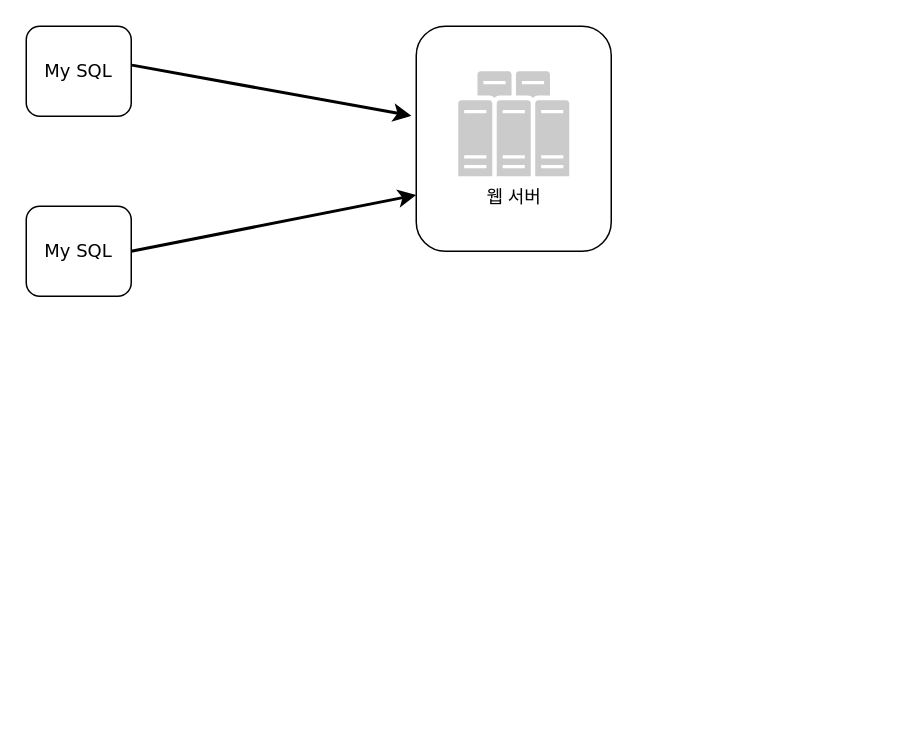
Before: image/csstudy.drawio in hhhsuyeon/cs-study, a draw.io diagram. Source tidied: cells renumbered, new cells numbered last; positions are measured from the earlier drawing's top-left corner, leaving out a move shared by most shapes. Both pictures are drawn from the tidied source at 150%, with x=0, y=0 at pixel (26, 26).
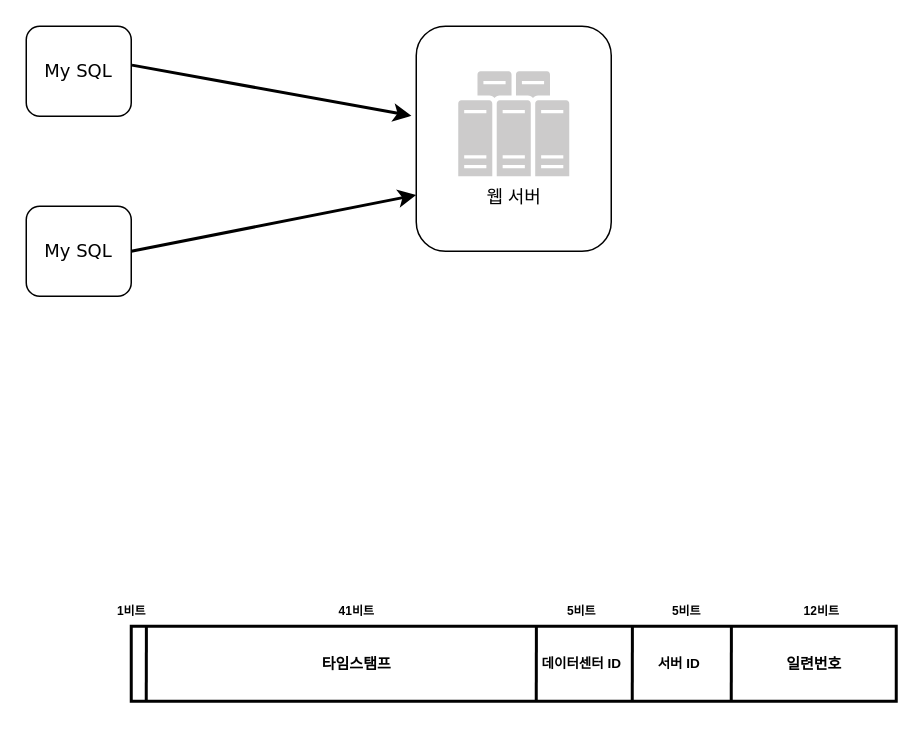
The same diagram, later.

The edit, as a diff of the source:
```diff
@@
+    <mxCell id="8" style="group;" parent="1" vertex="1">
+      <mxGeometry x="50" y="380" width="530" height="70" as="geometry" />
+    </mxCell>
+    <mxCell id="9" style="rounded=0;whiteSpace=wrap;html=1;fillColor=none;strokeWidth=2;" parent="8" vertex="1">
+      <mxGeometry x="20" y="20" width="510" height="50" as="geometry" />
+    </mxCell>
+    <mxCell id="10" style="endArrow=none;html=1;rounded=0;exitX=0.039;exitY=0.994;exitDx=0;exitDy=0;exitPerimeter=0;strokeWidth=2;" parent="8" edge="1">
+      <mxGeometry relative="1" as="geometry">
+        <mxPoint x="30" y="69.7" as="sourcePoint" />
+        <mxPoint x="30.1" y="20" as="targetPoint" />
+      </mxGeometry>
+    </mxCell>
+    <mxCell id="11" style="endArrow=none;html=1;rounded=0;exitX=0.039;exitY=0.994;exitDx=0;exitDy=0;exitPerimeter=0;strokeWidth=2;" parent="8" edge="1">
+      <mxGeometry relative="1" as="geometry">
+        <mxPoint x="290" y="69.7" as="sourcePoint" />
+        <mxPoint x="290.1" y="20" as="targetPoint" />
+      </mxGeometry>
+    </mxCell>
+    <mxCell id="12" style="endArrow=none;html=1;rounded=0;exitX=0.039;exitY=0.994;exitDx=0;exitDy=0;exitPerimeter=0;strokeWidth=2;" parent="8" edge="1">
+      <mxGeometry relative="1" as="geometry">
+        <mxPoint x="354" y="69.7" as="sourcePoint" />
+        <mxPoint x="354.1" y="20" as="targetPoint" />
+      </mxGeometry>
+    </mxCell>
+    <mxCell id="13" style="endArrow=none;html=1;rounded=0;exitX=0.039;exitY=0.994;exitDx=0;exitDy=0;exitPerimeter=0;strokeWidth=2;" parent="8" edge="1">
+      <mxGeometry relative="1" as="geometry">
+        <mxPoint x="420" y="70" as="sourcePoint" />
+        <mxPoint x="420.1" y="20.3" as="targetPoint" />
+      </mxGeometry>
+    </mxCell>
+    <mxCell id="14" value="&lt;b&gt;1비트&lt;/b&gt;" style="text;html=1;align=center;verticalAlign=middle;strokeColor=none;fillColor=none;fontSize=8;" parent="8" vertex="1">
+      <mxGeometry width="40" height="20" as="geometry" />
+    </mxCell>
+    <mxCell id="15" value="&lt;b&gt;41비트&lt;/b&gt;" style="text;html=1;align=center;verticalAlign=middle;strokeColor=none;fillColor=none;fontSize=8;" parent="8" vertex="1">
+      <mxGeometry x="145" width="50" height="20" as="geometry" />
+    </mxCell>
+    <mxCell id="16" value="&lt;b&gt;5비트&lt;/b&gt;" style="text;html=1;align=center;verticalAlign=middle;strokeColor=none;fillColor=none;fontSize=8;" parent="8" vertex="1">
+      <mxGeometry x="300" width="40" height="20" as="geometry" />
+    </mxCell>
+    <mxCell id="17" value="&lt;b&gt;5비트&lt;/b&gt;" style="text;html=1;align=center;verticalAlign=middle;strokeColor=none;fillColor=none;fontSize=8;" parent="8" vertex="1">
+      <mxGeometry x="370" width="40" height="20" as="geometry" />
+    </mxCell>
+    <mxCell id="18" value="&lt;b&gt;12비트&lt;/b&gt;" style="text;html=1;align=center;verticalAlign=middle;strokeColor=none;fillColor=none;fontSize=8;" parent="8" vertex="1">
+      <mxGeometry x="455" width="50" height="20" as="geometry" />
+    </mxCell>
+    <mxCell id="19" value="타임스탬프" style="text;html=1;align=center;verticalAlign=middle;strokeColor=none;fillColor=none;fontSize=10;fontStyle=1;" parent="8" vertex="1">
+      <mxGeometry x="135" y="30" width="70" height="30" as="geometry" />
+    </mxCell>
+    <mxCell id="20" value="데이터센터 ID" style="text;html=1;align=center;verticalAlign=middle;strokeColor=none;fillColor=none;fontSize=9;fontStyle=1;" parent="8" vertex="1">
+      <mxGeometry x="285" y="35" width="70" height="20" as="geometry" />
+    </mxCell>
+    <mxCell id="21" value="서버&lt;span style=&quot;background-color: transparent; color: light-dark(rgb(0, 0, 0), rgb(255, 255, 255));&quot;&gt;&amp;nbsp;ID&lt;/span&gt;" style="text;html=1;align=center;verticalAlign=middle;strokeColor=none;fillColor=none;fontSize=9;fontStyle=1;" parent="8" vertex="1">
+      <mxGeometry x="360" y="35" width="50" height="20" as="geometry" />
+    </mxCell>
+    <mxCell id="22" value="일련번호" style="text;html=1;align=center;verticalAlign=middle;strokeColor=none;fillColor=none;fontSize=10;fontStyle=1;" parent="8" vertex="1">
+      <mxGeometry x="445" y="30" width="60" height="30" as="geometry" />
+    </mxCell>
```
